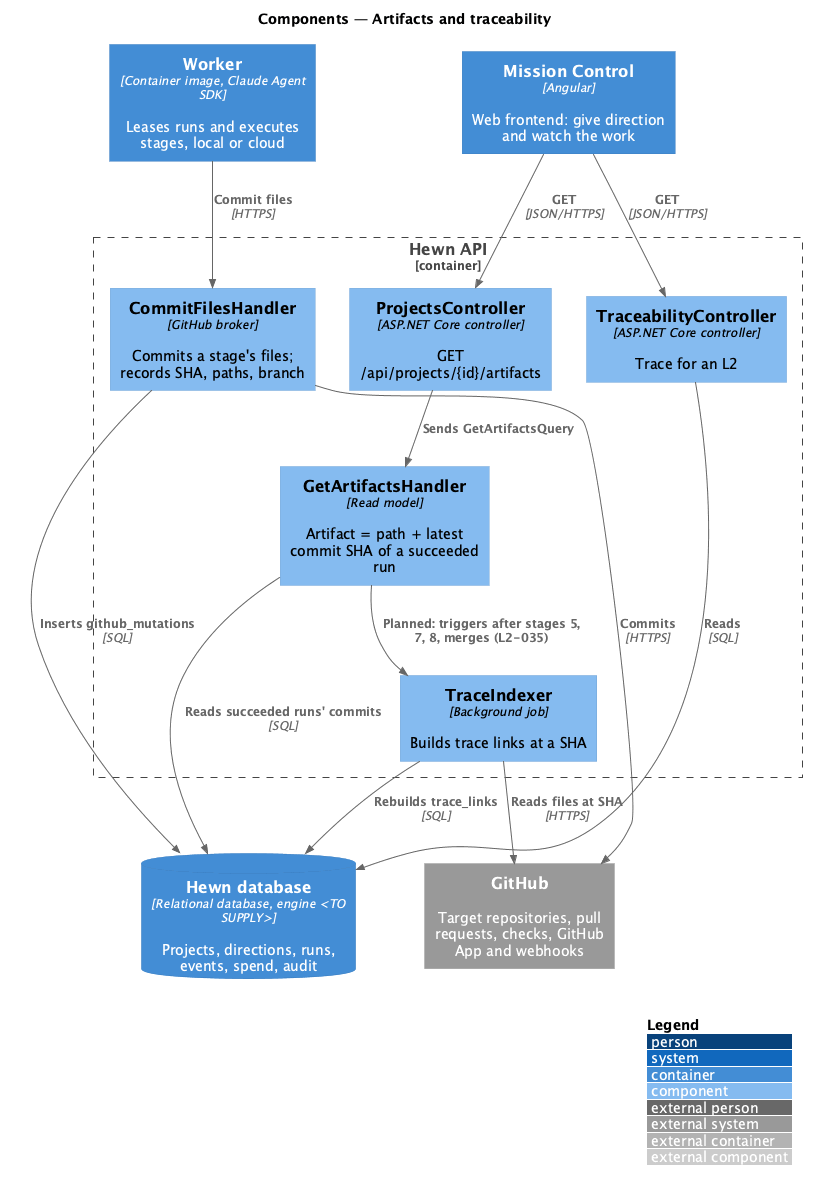
This is docs/detailed-designs/mission-control/artifacts-and-traceability/diagrams/c4-component.png from QuinntyneBrown/hewn, a PlantUML export, as it was before one commit.
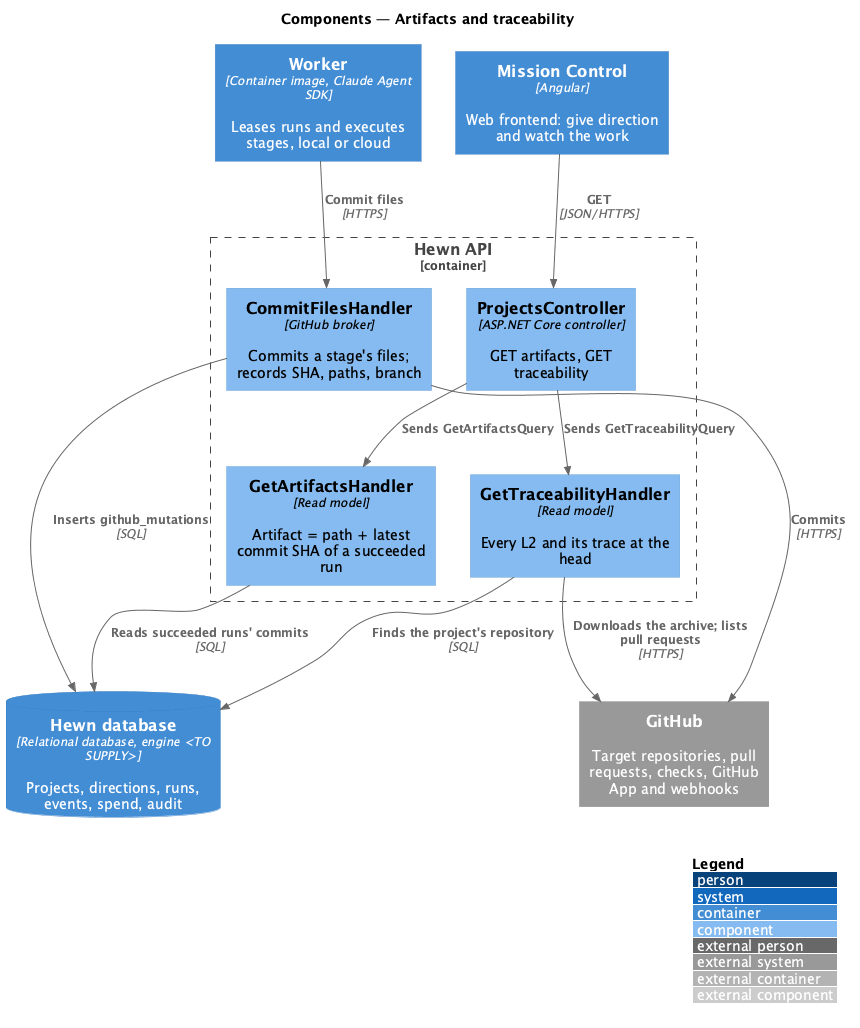
Above is the later version.

Change to the diagram source:
```diff
@@ -9,9 +9,8 @@
 Container_Boundary(api_b, "Hewn API") {
   Component(broker, "CommitFilesHandler", "GitHub broker", "Commits a stage's files; records SHA, paths, branch")
   Component(rec, "GetArtifactsHandler", "Read model", "Artifact = path + latest commit SHA of a succeeded run")
-  Component(idx, "TraceIndexer", "Background job", "Builds trace links at a SHA")
-  Component(actrl, "ProjectsController", "ASP.NET Core controller", "GET /api/projects/{id}/artifacts")
-  Component(tctrl, "TraceabilityController", "ASP.NET Core controller", "Trace for an L2")
+  Component(actrl, "ProjectsController", "ASP.NET Core controller", "GET artifacts, GET traceability")
+  Component(idx, "GetTraceabilityHandler", "Read model", "Every L2 and its trace at the head")
 }
 System_Ext(github, "GitHub", "Target repositories, pull requests, checks, GitHub App and webhooks")
 
@@ -19,11 +18,9 @@
 Rel(broker, github, "Commits", "HTTPS")
 Rel(broker, db, "Inserts github_mutations", "SQL")
 Rel(rec, db, "Reads succeeded runs' commits", "SQL")
-Rel(rec, idx, "Planned: triggers after stages 5, 7, 8, merges (L2-035)")
-Rel(idx, github, "Reads files at SHA", "HTTPS")
-Rel(idx, db, "Rebuilds trace_links", "SQL")
+Rel(idx, github, "Downloads the archive; lists pull requests", "HTTPS")
+Rel(idx, db, "Finds the project's repository", "SQL")
 Rel(spa, actrl, "GET", "JSON/HTTPS")
-Rel(spa, tctrl, "GET", "JSON/HTTPS")
 Rel(actrl, rec, "Sends GetArtifactsQuery")
-Rel(tctrl, db, "Reads", "SQL")
+Rel(actrl, idx, "Sends GetTraceabilityQuery")
 @enduml
```
